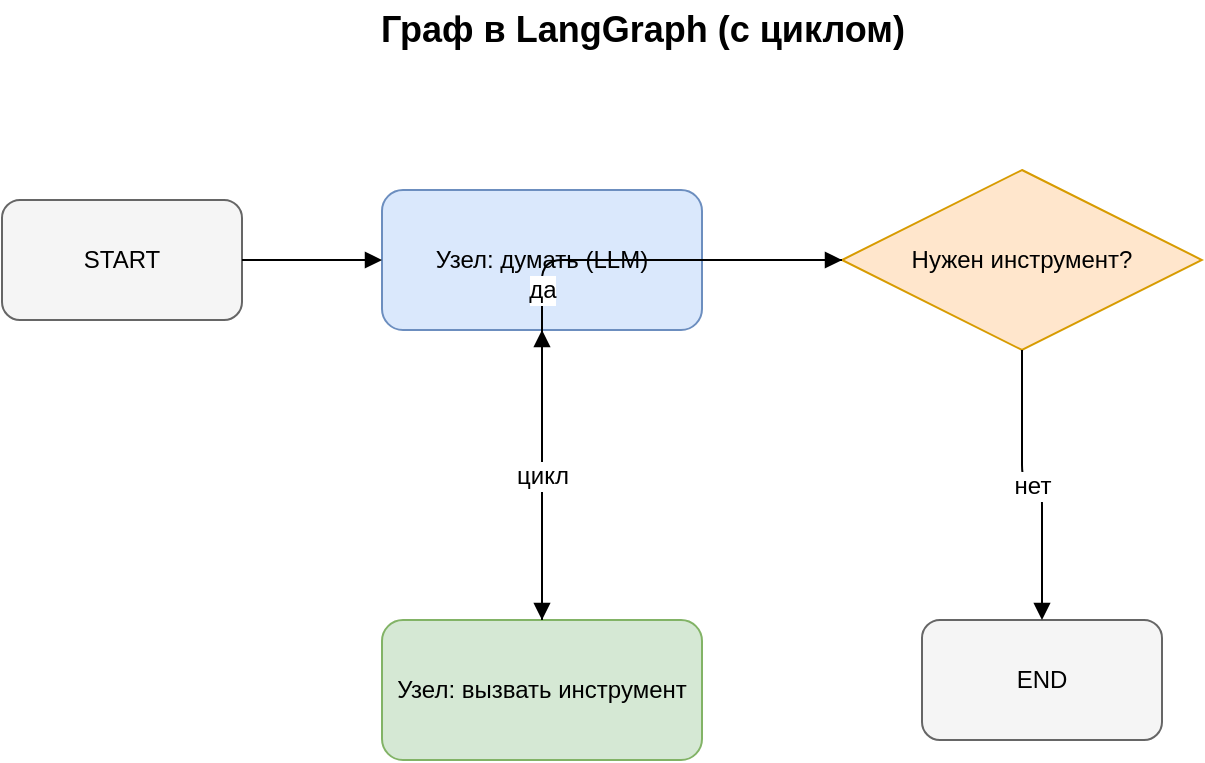
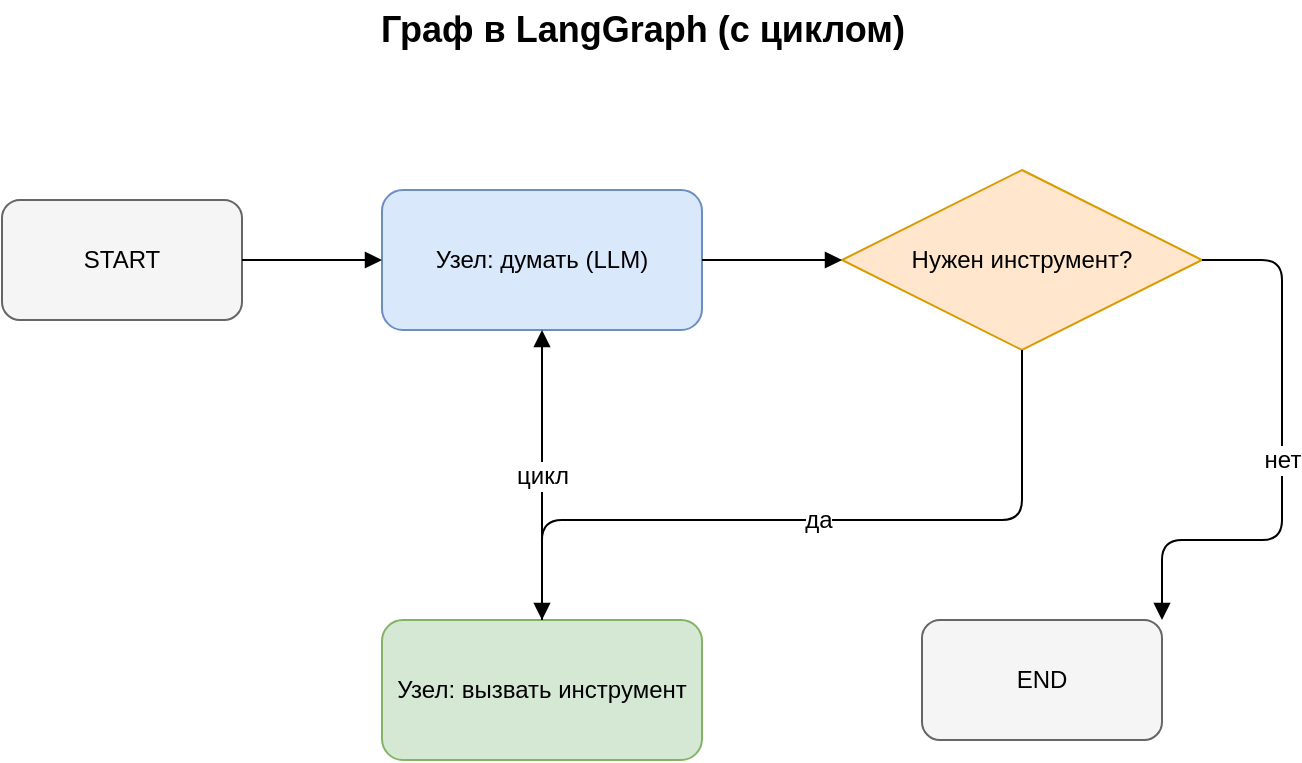
<mxfile host="app.diagrams.net">
  <diagram name="LangGraph" id="langgraph05">
    <mxGraphModel dx="800" dy="600" grid="1" gridSize="10" guides="1" tooltips="1" connect="1" arrows="1" fold="1" page="1" pageScale="1" pageWidth="760" pageHeight="520" math="0" shadow="0">
      <root>
        <mxCell id="0" />
        <mxCell id="1" parent="0" />
        <mxCell id="title" value="Граф в LangGraph (с циклом)" style="text;html=1;align=center;verticalAlign=middle;fontSize=18;fontStyle=1" vertex="1" parent="1"><mxGeometry x="200" y="20" width="360" height="30" as="geometry" /></mxCell>
        <mxCell id="start" value="START" style="rounded=1;whiteSpace=wrap;html=1;fillColor=#f5f5f5;strokeColor=#666666" vertex="1" parent="1"><mxGeometry x="60" y="120" width="120" height="60" as="geometry" /></mxCell>
        <mxCell id="think" value="Узел: думать (LLM)" style="rounded=1;whiteSpace=wrap;html=1;fillColor=#dae8fc;strokeColor=#6c8ebf" vertex="1" parent="1"><mxGeometry x="250" y="115" width="160" height="70" as="geometry" /></mxCell>
        <mxCell id="cond" value="Нужен инструмент?" style="rhombus;whiteSpace=wrap;html=1;fillColor=#ffe6cc;strokeColor=#d79b00" vertex="1" parent="1"><mxGeometry x="480" y="105" width="180" height="90" as="geometry" /></mxCell>
        <mxCell id="tool" value="Узел: вызвать инструмент" style="rounded=1;whiteSpace=wrap;html=1;fillColor=#d5e8d4;strokeColor=#82b366" vertex="1" parent="1"><mxGeometry x="250" y="330" width="160" height="70" as="geometry" /></mxCell>
        <mxCell id="end" value="END" style="rounded=1;whiteSpace=wrap;html=1;fillColor=#f5f5f5;strokeColor=#666666" vertex="1" parent="1"><mxGeometry x="520" y="330" width="120" height="60" as="geometry" /></mxCell>
        <mxCell id="e1" style="edgeStyle=orthogonalEdgeStyle;html=1;endArrow=block" edge="1" parent="1" source="start" target="think"><mxGeometry relative="1" as="geometry" /></mxCell>
        <mxCell id="e2" style="edgeStyle=orthogonalEdgeStyle;html=1;endArrow=block" edge="1" parent="1" source="think" target="cond"><mxGeometry relative="1" as="geometry" /></mxCell>
-         <mxCell id="e3" value="да" style="edgeStyle=orthogonalEdgeStyle;html=1;endArrow=block;fontSize=12" edge="1" parent="1" source="cond" target="tool"><mxGeometry relative="1" as="geometry" /></mxCell>
-         <mxCell id="e4" value="нет" style="edgeStyle=orthogonalEdgeStyle;html=1;endArrow=block;fontSize=12" edge="1" parent="1" source="cond" target="end"><mxGeometry relative="1" as="geometry" /></mxCell>
+         <mxCell id="e3" value="да" style="edgeStyle=orthogonalEdgeStyle;html=1;endArrow=block;fontSize=12;exitX=0.5;exitY=1;exitDx=0;exitDy=0;entryX=0.5;entryY=0;entryDx=0;entryDy=0;labelBackgroundColor=#ffffff" edge="1" parent="1" source="cond" target="tool">
+           <mxGeometry relative="1" as="geometry">
+             <Array as="points">
+               <mxPoint x="570" y="280" />
+               <mxPoint x="330" y="280" />
+             </Array>
+           </mxGeometry>
+         </mxCell>
+         <mxCell id="e4" value="нет" style="edgeStyle=orthogonalEdgeStyle;html=1;endArrow=block;fontSize=12;exitX=1;exitY=0.5;exitDx=0;exitDy=0;entryX=1;entryY=0;entryDx=0;entryDy=0;labelBackgroundColor=#ffffff" edge="1" parent="1" source="cond" target="end">
+           <mxGeometry relative="1" as="geometry">
+             <Array as="points">
+               <mxPoint x="700" y="150" />
+               <mxPoint x="700" y="290" />
+               <mxPoint x="640" y="290" />
+             </Array>
+           </mxGeometry>
+         </mxCell>
        <mxCell id="e5" value="цикл" style="edgeStyle=orthogonalEdgeStyle;html=1;endArrow=block;fontSize=12" edge="1" parent="1" source="tool" target="think"><mxGeometry relative="1" as="geometry" /></mxCell>
      </root>
    </mxGraphModel>
  </diagram>
</mxfile>
